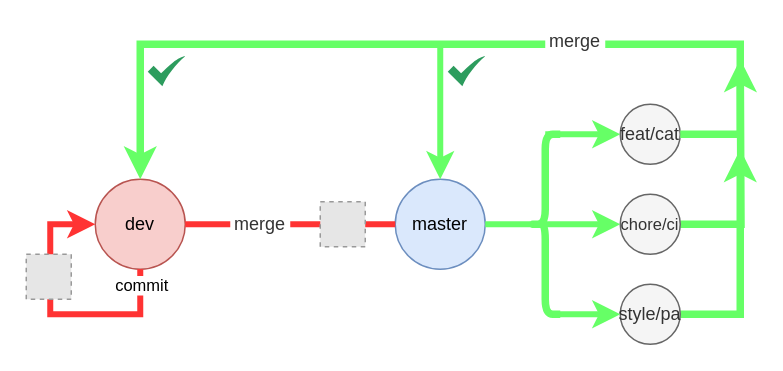
Before: note/gitbranch.drawio in underbayan/Roman-workshop, a draw.io diagram. Source tidied: cells renumbered, new cells numbered last; positions are measured from the earlier drawing's top-left corner, leaving out a move shared by most shapes. Both pictures are drawn from the tidied source at 150%, with x=0, y=0 at pixel (26, 26). Pictures stored in the file or linked from it are replaced by grey dashed boxes.
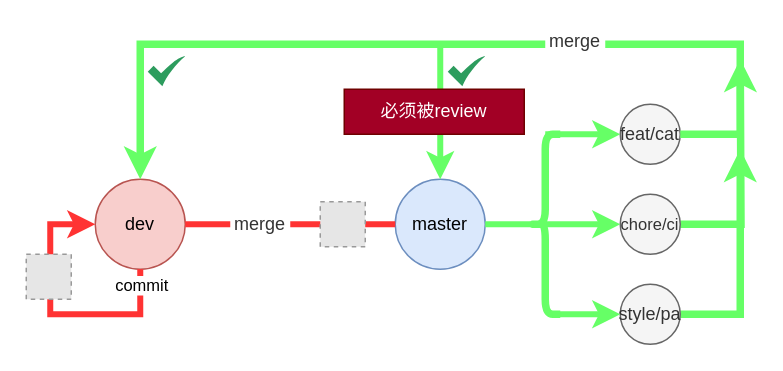
Above is the later version.

Unchanged cells that the change refers to:
```xml
<mxCell id="2" style="group;" parent="1" vertex="1">
  <mxGeometry width="476" height="212" as="geometry" />
</mxCell>
```

Diff of the diagram source:
```diff
@@
+    <mxCell id="26" value="必须被review" style="rounded=0;whiteSpace=wrap;html=1;fillColor=#a20025;strokeColor=#6F0000;fontColor=#ffffff;" parent="2" vertex="1">
+      <mxGeometry x="212" y="42" width="120" height="30" as="geometry" />
+    </mxCell>
```
